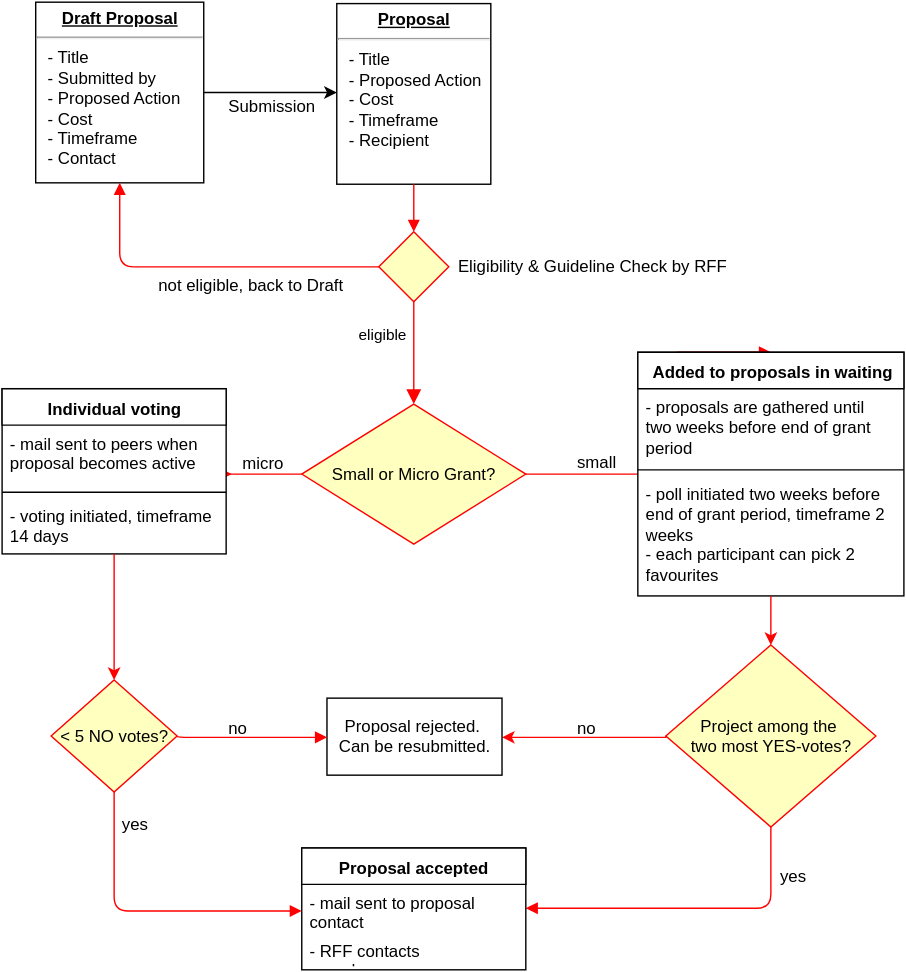
Above: app/public/assets/images/decisiontree.svg in renewablefreedom/digitalwhistleblowingfund (draw.io), before the change. Source tidied: cells renumbered, new cells last; positions are measured from the earlier drawing's top-left corner, leaving out a move shared by most shapes. Its diagram source:
```xml
<mxGraphModel background="#ffffff">
  <root>
    <mxCell id="0" />
    <mxCell id="1" parent="0" />
    <mxCell id="2" style="edgeStyle=orthogonalEdgeStyle;rounded=0;html=1;jettySize=auto;" parent="1" edge="1" source="3" target="4">
      <mxGeometry relative="1" as="geometry">
        <Array as="points">
          <mxPoint x="144" y="66" />
          <mxPoint x="144" y="66" />
        </Array>
      </mxGeometry>
    </mxCell>
    <mxCell id="3" value="&lt;p style=&quot;margin: 0px ; margin-top: 4px ; text-align: center ; text-decoration: underline&quot;&gt;&lt;b&gt;Draft Proposal&lt;/b&gt;&lt;/p&gt;&lt;hr&gt;&lt;p style=&quot;margin: 0px ; margin-left: 8px&quot;&gt;- Title&lt;/p&gt;&lt;p style=&quot;margin: 0px ; margin-left: 8px&quot;&gt;- Submitted by&lt;/p&gt;&lt;p style=&quot;margin: 0px ; margin-left: 8px&quot;&gt;- Proposed Action&lt;/p&gt;&lt;p style=&quot;margin: 0px ; margin-left: 8px&quot;&gt;- Cost&lt;/p&gt;&lt;p style=&quot;margin: 0px ; margin-left: 8px&quot;&gt;- Timeframe&lt;/p&gt;&lt;p style=&quot;margin: 0px ; margin-left: 8px&quot;&gt;- Contact&lt;/p&gt;&lt;p style=&quot;margin: 0px ; margin-left: 8px&quot;&gt;&lt;br&gt;&lt;/p&gt;" style="verticalAlign=top;align=left;overflow=fill;fontSize=12;fontFamily=Helvetica;html=1;" parent="1" vertex="1">
      <mxGeometry x="24" width="120" height="129" as="geometry" />
    </mxCell>
    <mxCell id="4" value="&lt;p style=&quot;margin: 0px ; margin-top: 4px ; text-align: center ; text-decoration: underline&quot;&gt;&lt;b&gt;Proposal&lt;/b&gt;&lt;br&gt;&lt;/p&gt;&lt;hr&gt;&lt;p style=&quot;margin: 0px ; margin-left: 8px&quot;&gt;- Title&lt;/p&gt;&lt;p style=&quot;margin: 0px ; margin-left: 8px&quot;&gt;- Proposed Action&lt;/p&gt;&lt;p style=&quot;margin: 0px ; margin-left: 8px&quot;&gt;- Cost&lt;/p&gt;&lt;p style=&quot;margin: 0px ; margin-left: 8px&quot;&gt;- Timeframe&lt;/p&gt;&lt;p style=&quot;margin: 0px ; margin-left: 8px&quot;&gt;- Recipient&lt;/p&gt;&lt;p style=&quot;margin: 0px ; margin-left: 8px&quot;&gt;&lt;br&gt;&lt;/p&gt;" style="verticalAlign=top;align=left;overflow=fill;fontSize=12;fontFamily=Helvetica;html=1;" parent="1" vertex="1">
      <mxGeometry x="239" y="1" width="110" height="129" as="geometry" />
    </mxCell>
    <mxCell id="5" value="Submission&lt;div&gt;&lt;br&gt;&lt;/div&gt;" style="text;html=1;align=left;verticalAlign=top;spacingTop=-4;" parent="1" vertex="1">
      <mxGeometry x="160" y="65" width="80" height="30" as="geometry" />
    </mxCell>
    <mxCell id="6" style="edgeStyle=orthogonalEdgeStyle;rounded=1;html=1;jettySize=auto;entryX=0.5;entryY=1;fillColor=#f8cecc;strokeColor=#FF0000;endArrow=block;endFill=1;exitX=0;exitY=0.5;" parent="1" edge="1" source="7" target="3">
      <mxGeometry relative="1" as="geometry">
        <Array as="points">
          <mxPoint x="84" y="189" />
        </Array>
      </mxGeometry>
    </mxCell>
    <mxCell id="7" value="&lt;div&gt;&lt;br&gt;&lt;/div&gt;" style="rhombus;whiteSpace=wrap;html=1;fillColor=#ffffc0;strokeColor=#ff0000;" parent="1" vertex="1">
      <mxGeometry x="269" y="164" width="50" height="50" as="geometry" />
    </mxCell>
    <mxCell id="8" value="eligible" style="edgeStyle=orthogonalEdgeStyle;html=1;align=left;verticalAlign=top;endArrow=block;endSize=8;strokeColor=#FF0000;endFill=1;" parent="1" edge="1" source="7" target="12">
      <mxGeometry x="-0.69" y="-41" relative="1" as="geometry" />
    </mxCell>
    <mxCell id="9" value="not eligible, back to Draft&lt;div&gt;&lt;br&gt;&lt;/div&gt;" style="text;html=1;" parent="1" vertex="1">
      <mxGeometry x="110" y="189" width="80" height="30" as="geometry" />
    </mxCell>
    <mxCell id="10" style="edgeStyle=orthogonalEdgeStyle;rounded=1;html=1;jettySize=auto;strokeColor=#FF0000;" parent="1" edge="1" source="12">
      <mxGeometry relative="1" as="geometry">
        <mxPoint x="164" y="337" as="targetPoint" />
        <Array as="points">
          <mxPoint x="104" y="337" />
        </Array>
      </mxGeometry>
    </mxCell>
    <mxCell id="11" style="edgeStyle=orthogonalEdgeStyle;rounded=1;html=1;endArrow=block;endFill=1;endSize=6;jettySize=auto;strokeColor=#FF0000;fontSize=12;entryX=0.5;entryY=0;" parent="1" edge="1" source="12" target="21">
      <mxGeometry relative="1" as="geometry">
        <Array as="points">
          <mxPoint x="474" y="337" />
        </Array>
      </mxGeometry>
    </mxCell>
    <mxCell id="12" value="Small or Micro Grant?" style="rhombus;whiteSpace=wrap;html=1;fillColor=#ffffc0;strokeColor=#ff0000;" parent="1" vertex="1">
      <mxGeometry x="214" y="287" width="160" height="100" as="geometry" />
    </mxCell>
    <mxCell id="13" style="endArrow=block;html=1;strokeColor=#FF0000;endFill=1;exitX=0.5;exitY=1;entryX=0.5;entryY=0;" parent="1" edge="1" source="4" target="7">
      <mxGeometry relative="1" as="geometry" />
    </mxCell>
    <mxCell id="14" value="Individual voting" style="swimlane;html=1;fontStyle=1;align=center;verticalAlign=top;horizontal=1;startSize=26;swimlaneFillColor=#ffffff;" parent="1" vertex="1">
      <mxGeometry y="276" width="160" height="118" as="geometry" />
    </mxCell>
    <mxCell id="15" value="- mail sent to peers when proposal becomes active" style="text;html=1;strokeColor=none;fillColor=none;align=left;verticalAlign=top;spacingLeft=4;spacingRight=4;whiteSpace=wrap;overflow=hidden;" parent="14" vertex="1">
      <mxGeometry y="26" width="160" height="44" as="geometry" />
    </mxCell>
    <mxCell id="16" style="line;html=1;strokeWidth=1;fillColor=none;align=left;verticalAlign=middle;spacingTop=-1;spacingLeft=3;spacingRight=3;labelPosition=right;" parent="14" vertex="1">
      <mxGeometry y="70" width="160" height="8" as="geometry" />
    </mxCell>
    <mxCell id="17" value="- voting initiated, timeframe 14 days&lt;div&gt;&lt;br&gt;&lt;/div&gt;" style="text;html=1;strokeColor=none;fillColor=none;align=left;verticalAlign=top;spacingLeft=4;spacingRight=4;whiteSpace=wrap;overflow=hidden;" parent="14" vertex="1">
      <mxGeometry y="78" width="160" height="40" as="geometry" />
    </mxCell>
    <mxCell id="18" value="micro&lt;div&gt;&lt;br&gt;&lt;/div&gt;" style="text;html=1;align=left;verticalAlign=top;spacingTop=-4;" parent="1" vertex="1">
      <mxGeometry x="170" y="320" width="40" height="30" as="geometry" />
    </mxCell>
    <mxCell id="19" value="&amp;lt; 5 NO&lt;span&gt;&amp;nbsp;votes?&lt;/span&gt;" style="rhombus;whiteSpace=wrap;html=1;fillColor=#ffffc0;strokeColor=#ff0000;" parent="1" vertex="1">
      <mxGeometry x="35" y="484" width="90" height="80" as="geometry" />
    </mxCell>
    <mxCell id="20" style="endArrow=classic;html=1;strokeColor=#FF0000;exitX=0.5;exitY=1;entryX=0.5;entryY=0;" parent="1" edge="1" source="14" target="19">
      <mxGeometry relative="1" as="geometry" />
    </mxCell>
    <mxCell id="21" value="Added to proposals in waiting&lt;div&gt;&lt;br&gt;&lt;/div&gt;" style="swimlane;html=1;fontStyle=1;align=center;verticalAlign=top;horizontal=1;startSize=26;swimlaneFillColor=#ffffff;" parent="1" vertex="1">
      <mxGeometry x="454" y="250" width="190" height="174" as="geometry" />
    </mxCell>
    <mxCell id="22" value="- proposals are gathered until two weeks before end of grant period&lt;div&gt;&lt;br&gt;&lt;/div&gt;" style="text;html=1;strokeColor=none;fillColor=none;align=left;verticalAlign=top;spacingLeft=4;spacingRight=4;whiteSpace=wrap;overflow=hidden;" parent="21" vertex="1">
      <mxGeometry y="26" width="190" height="54" as="geometry" />
    </mxCell>
    <mxCell id="23" style="line;html=1;strokeWidth=1;fillColor=none;align=left;verticalAlign=middle;spacingTop=-1;spacingLeft=3;spacingRight=3;labelPosition=right;" parent="21" vertex="1">
      <mxGeometry y="80" width="190" height="8" as="geometry" />
    </mxCell>
    <mxCell id="24" value="- poll initiated two weeks before end of grant period, timeframe 2 weeks&lt;div&gt;&lt;span&gt;- eac&lt;/span&gt;&lt;span&gt;h participant can pick 2 favourites&lt;/span&gt;&lt;/div&gt;" style="text;html=1;strokeColor=none;fillColor=none;align=left;verticalAlign=top;spacingLeft=4;spacingRight=4;whiteSpace=wrap;overflow=hidden;" parent="21" vertex="1">
      <mxGeometry y="88" width="190" height="86" as="geometry" />
    </mxCell>
    <mxCell id="25" value="small&lt;div&gt;&lt;br&gt;&lt;/div&gt;" style="text;html=1;points=[];align=left;verticalAlign=top;spacingTop=-4;" parent="1" vertex="1">
      <mxGeometry x="409" y="319" width="40" height="30" as="geometry" />
    </mxCell>
    <mxCell id="26" style="edgeStyle=orthogonalEdgeStyle;rounded=0;html=1;exitX=0;exitY=0.5;entryX=1;entryY=0.5;jettySize=auto;strokeColor=#FF0505;" parent="1" edge="1" source="27" target="29">
      <mxGeometry relative="1" as="geometry">
        <Array as="points">
          <mxPoint x="474" y="525" />
        </Array>
      </mxGeometry>
    </mxCell>
    <mxCell id="27" value="Project among the&amp;nbsp;&lt;div&gt;two most YES-votes?&lt;/div&gt;" style="rhombus;whiteSpace=wrap;html=1;fillColor=#ffffc0;strokeColor=#ff0000;" parent="1" vertex="1">
      <mxGeometry x="474" y="459" width="150" height="130" as="geometry" />
    </mxCell>
    <mxCell id="28" value="yes" style="edgeStyle=orthogonalEdgeStyle;html=1;align=left;verticalAlign=top;endArrow=block;endSize=6;strokeColor=#ff0000;endFill=1;fontSize=12;entryX=1;entryY=0.5;" parent="1" edge="1" source="27" target="31">
      <mxGeometry x="-0.81" y="5" relative="1" as="geometry" />
    </mxCell>
    <mxCell id="29" value="Proposal rejected.&amp;nbsp;&lt;div&gt;Can be resubmitted.&lt;/div&gt;" style="html=1;" parent="1" vertex="1">
      <mxGeometry x="232" y="497" width="125" height="55" as="geometry" />
    </mxCell>
    <mxCell id="30" value="Proposal accepted" style="swimlane;html=1;fontStyle=1;align=center;verticalAlign=top;horizontal=1;startSize=26;swimlaneFillColor=#ffffff;" parent="1" vertex="1">
      <mxGeometry x="214" y="604" width="160" height="87" as="geometry" />
    </mxCell>
    <mxCell id="31" value="- mail sent to proposal contact" style="text;html=1;strokeColor=none;fillColor=none;align=left;verticalAlign=top;spacingLeft=4;spacingRight=4;whiteSpace=wrap;overflow=hidden;points=[[0,0.5],[1,0.5]];portConstraint=eastwest;" parent="30" vertex="1">
      <mxGeometry y="26" width="160" height="34" as="geometry" />
    </mxCell>
    <mxCell id="32" value="- RFF contacts awardee" style="text;html=1;strokeColor=none;fillColor=none;align=left;verticalAlign=top;spacingLeft=4;spacingRight=4;whiteSpace=wrap;overflow=hidden;" parent="30" vertex="1">
      <mxGeometry y="60" width="160" height="22" as="geometry" />
    </mxCell>
    <mxCell id="33" style="endArrow=classic;html=1;strokeColor=#FF0000;entryX=0.5;entryY=0;exitX=0.5;exitY=1;" parent="1" edge="1" source="21" target="27">
      <mxGeometry relative="1" as="geometry" />
    </mxCell>
    <mxCell id="34" style="edgeStyle=orthogonalEdgeStyle;rounded=0;html=1;exitX=0.25;exitY=0;entryX=0.25;entryY=0;jettySize=auto;orthogonalLoop=1;" parent="1" edge="1" source="21" target="21">
      <mxGeometry relative="1" as="geometry" />
    </mxCell>
    <mxCell id="35" style="edgeStyle=orthogonalEdgeStyle;rounded=0;html=1;exitX=0.5;exitY=0;entryX=0.5;entryY=0;jettySize=auto;orthogonalLoop=1;" parent="1" edge="1">
      <mxGeometry relative="1" as="geometry">
        <mxPoint x="372" y="199" as="sourcePoint" />
        <mxPoint x="372" y="199" as="targetPoint" />
      </mxGeometry>
    </mxCell>
    <mxCell id="36" value="&lt;div&gt;&lt;span&gt;Eligibility &amp;amp; Guideline Check by RFF&lt;/span&gt;&lt;br&gt;&lt;/div&gt;&lt;div&gt;&lt;span&gt;&lt;br&gt;&lt;/span&gt;&lt;/div&gt;" style="text;html=1;align=left;verticalAlign=top;spacingTop=-4;" parent="1" vertex="1">
      <mxGeometry x="324" y="179" width="210" height="30" as="geometry" />
    </mxCell>
    <mxCell id="37" value="no&lt;div&gt;&lt;br&gt;&lt;/div&gt;" style="text;html=1;align=left;verticalAlign=top;spacingTop=-4;" parent="1" vertex="1">
      <mxGeometry x="409" y="509" width="30" height="30" as="geometry" />
    </mxCell>
    <mxCell id="38" style="edgeStyle=orthogonalEdgeStyle;rounded=0;html=1;exitX=1;exitY=0.5;entryX=1;entryY=0.5;jettySize=auto;orthogonalLoop=1;" parent="1" edge="1" source="29" target="29">
      <mxGeometry relative="1" as="geometry" />
    </mxCell>
    <mxCell id="39" value="no&lt;div&gt;&lt;br&gt;&lt;/div&gt;" style="text;html=1;align=left;verticalAlign=top;spacingTop=-4;" parent="1" vertex="1">
      <mxGeometry x="160" y="509" width="30" height="30" as="geometry" />
    </mxCell>
    <mxCell id="40" style="edgeStyle=orthogonalEdgeStyle;rounded=1;html=1;jettySize=auto;strokeColor=#FF0000;entryX=0;entryY=0.5;endArrow=block;endFill=1;exitX=1;exitY=0.5;" parent="1" edge="1" source="19" target="29">
      <mxGeometry relative="1" as="geometry">
        <Array as="points">
          <mxPoint x="125" y="525" />
        </Array>
      </mxGeometry>
    </mxCell>
    <mxCell id="41" value="yes" style="text;html=1;" parent="1" vertex="1">
      <mxGeometry x="84" y="574" width="40" height="30" as="geometry" />
    </mxCell>
    <mxCell id="42" style="edgeStyle=orthogonalEdgeStyle;rounded=1;html=1;endArrow=block;endFill=1;jettySize=auto;strokeColor=#FF0000;endSize=6;exitX=0.5;exitY=1;" parent="1" edge="1" source="19">
      <mxGeometry relative="1" as="geometry">
        <mxPoint x="214" y="649" as="targetPoint" />
        <Array as="points">
          <mxPoint x="80" y="649" />
        </Array>
      </mxGeometry>
    </mxCell>
  </root>
</mxGraphModel>
```
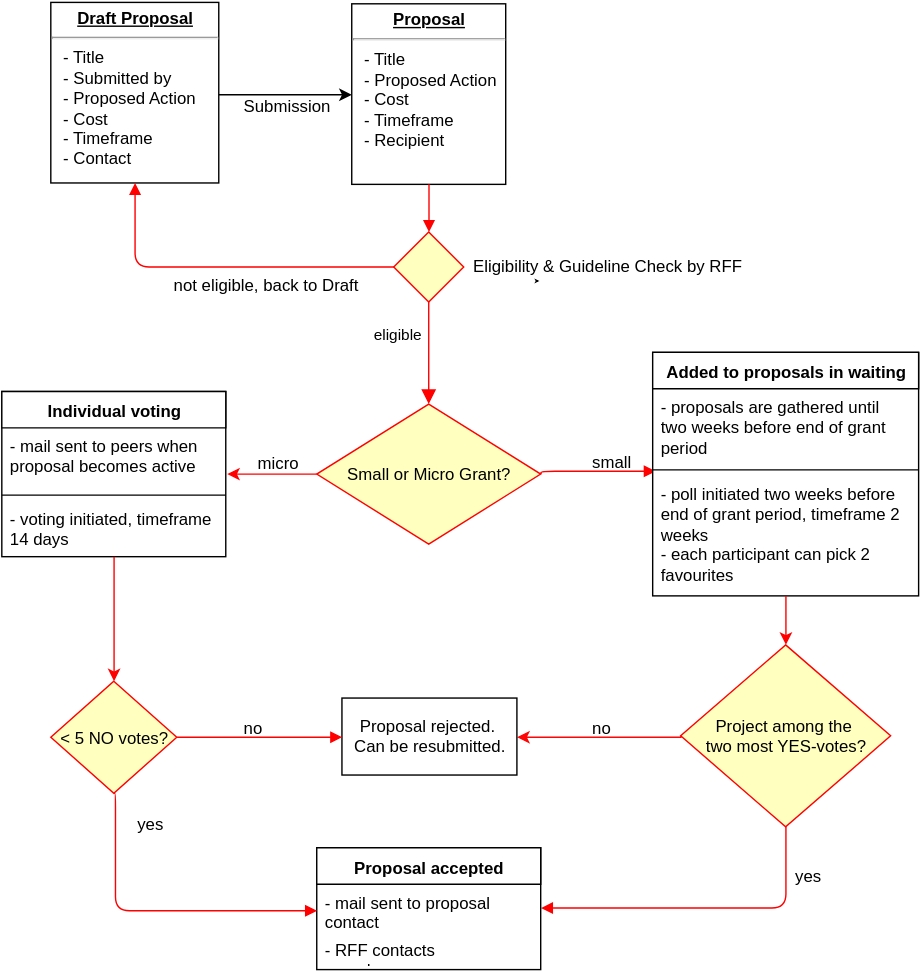
The same file after the commit.

Commit message:
fixed small mistakes decision tree; added draw.io xml source file

What changed in the source:
```diff
@@ -37,16 +37,13 @@
     </mxCell>
     <mxCell id="10" style="edgeStyle=orthogonalEdgeStyle;rounded=1;html=1;jettySize=auto;strokeColor=#FF0000;" parent="1" edge="1" source="12">
       <mxGeometry relative="1" as="geometry">
-        <mxPoint x="164" y="337" as="targetPoint" />
-        <Array as="points">
-          <mxPoint x="104" y="337" />
-        </Array>
+        <mxPoint x="150" y="337" as="targetPoint" />
       </mxGeometry>
     </mxCell>
-    <mxCell id="11" style="edgeStyle=orthogonalEdgeStyle;rounded=1;html=1;endArrow=block;endFill=1;endSize=6;jettySize=auto;strokeColor=#FF0000;fontSize=12;entryX=0.5;entryY=0;" parent="1" edge="1" source="12" target="21">
+    <mxCell id="11" style="edgeStyle=orthogonalEdgeStyle;rounded=1;html=1;endArrow=block;endFill=1;endSize=6;jettySize=auto;strokeColor=#FF0000;fontSize=12;entryX=1.191;entryY=0.521;entryPerimeter=0;exitX=1;exitY=0.5;" parent="1" edge="1" source="12" target="25">
       <mxGeometry relative="1" as="geometry">
         <Array as="points">
-          <mxPoint x="474" y="337" />
+          <mxPoint x="374" y="335" />
         </Array>
       </mxGeometry>
     </mxCell>
@@ -57,7 +54,7 @@
       <mxGeometry relative="1" as="geometry" />
     </mxCell>
     <mxCell id="14" value="Individual voting" style="swimlane;html=1;fontStyle=1;align=center;verticalAlign=top;horizontal=1;startSize=26;swimlaneFillColor=#ffffff;" parent="1" vertex="1">
-      <mxGeometry y="276" width="160" height="118" as="geometry" />
+      <mxGeometry x="-11" y="278" width="160" height="118" as="geometry" />
     </mxCell>
     <mxCell id="15" value="- mail sent to peers when proposal becomes active" style="text;html=1;strokeColor=none;fillColor=none;align=left;verticalAlign=top;spacingLeft=4;spacingRight=4;whiteSpace=wrap;overflow=hidden;" parent="14" vertex="1">
       <mxGeometry y="26" width="160" height="44" as="geometry" />
@@ -72,7 +69,7 @@
       <mxGeometry x="170" y="320" width="40" height="30" as="geometry" />
     </mxCell>
     <mxCell id="19" value="&amp;lt; 5 NO&lt;span&gt;&amp;nbsp;votes?&lt;/span&gt;" style="rhombus;whiteSpace=wrap;html=1;fillColor=#ffffc0;strokeColor=#ff0000;" parent="1" vertex="1">
-      <mxGeometry x="35" y="484" width="90" height="80" as="geometry" />
+      <mxGeometry x="24" y="485" width="90" height="80" as="geometry" />
     </mxCell>
     <mxCell id="20" style="endArrow=classic;html=1;strokeColor=#FF0000;exitX=0.5;exitY=1;entryX=0.5;entryY=0;" parent="1" edge="1" source="14" target="19">
       <mxGeometry relative="1" as="geometry" />
@@ -155,7 +152,7 @@
       <mxGeometry relative="1" as="geometry">
         <mxPoint x="214" y="649" as="targetPoint" />
         <Array as="points">
-          <mxPoint x="80" y="649" />
+          <mxPoint x="70" y="649" />
         </Array>
       </mxGeometry>
     </mxCell>
```
